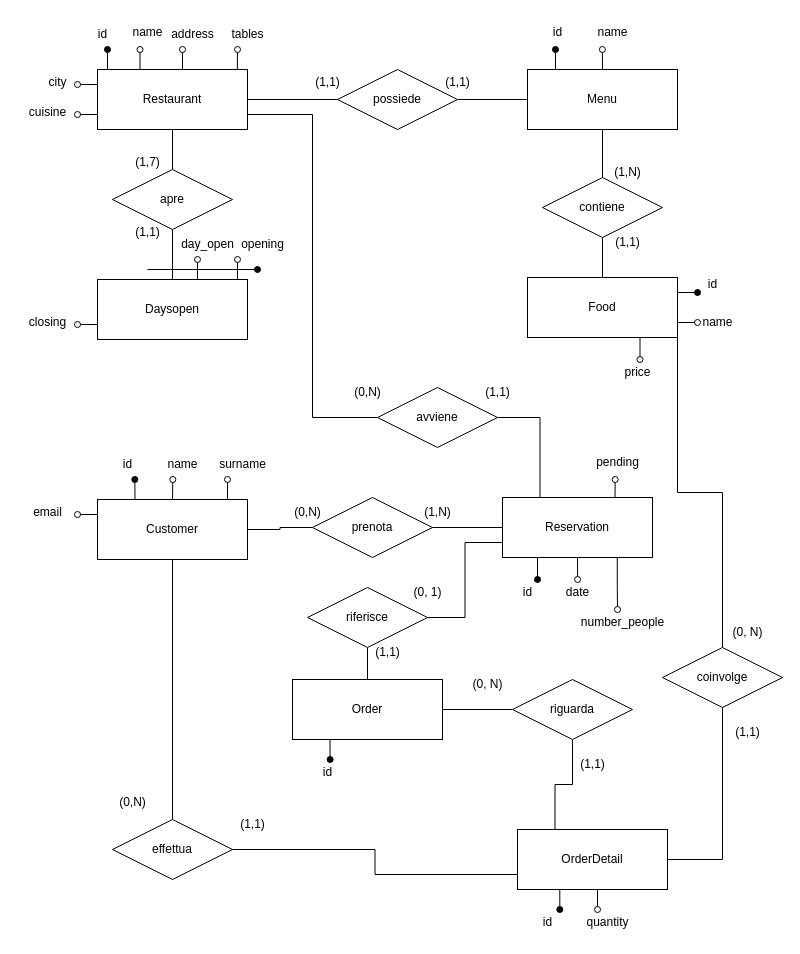
Earlier version of the draw.io diagram postgres/ER.drawio (RAMtastic6/Proof-of-Concept). Source tidied: cells renumbered, new cells numbered last; positions are measured from the earlier drawing's top-left corner, leaving out a move shared by most shapes. Both pictures are drawn from the tidied source at 100%, with x=0, y=0 at pixel (17, 17).
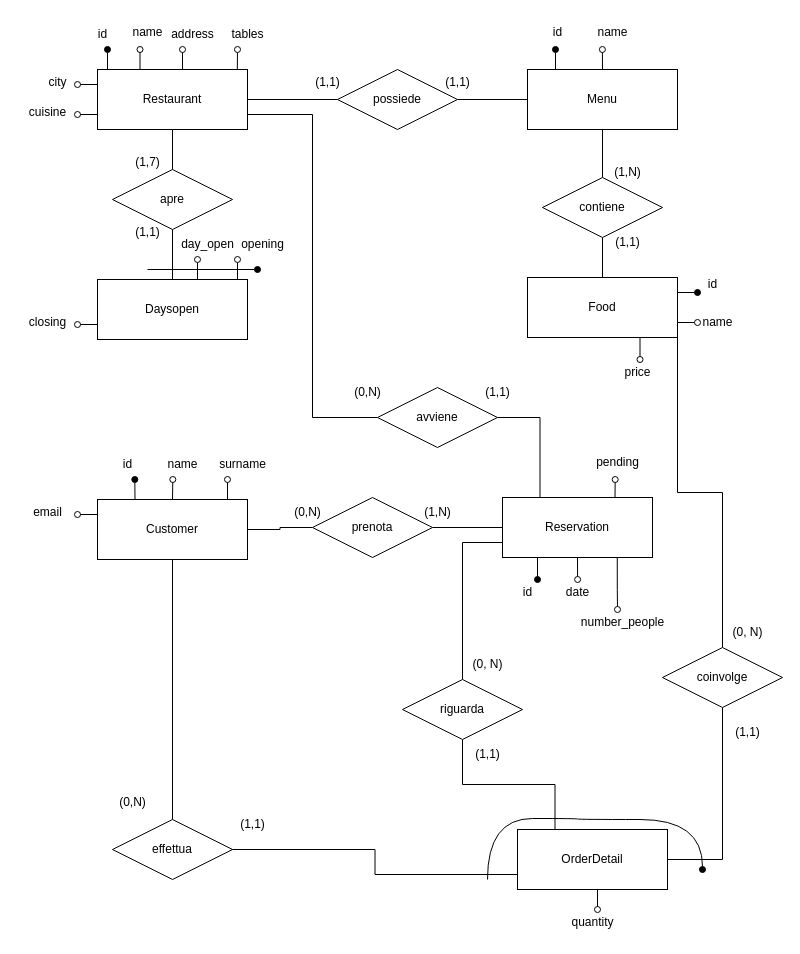
The same page after the edit.

Unchanged cells that the change refers to:
```xml
<mxCell id="63" value="Reservation" style="rounded=0;whiteSpace=wrap;html=1;" parent="1" vertex="1">
  <mxGeometry x="485" y="480" width="150" height="60" as="geometry" />
</mxCell>
<mxCell id="98" value="OrderDetail" style="rounded=0;whiteSpace=wrap;html=1;" parent="1" vertex="1">
  <mxGeometry x="500" y="812" width="150" height="60" as="geometry" />
</mxCell>
```

What changed in the source:
```diff
@@
-    <mxCell id="76" style="edgeStyle=orthogonalEdgeStyle;rounded=0;jettySize=auto;html=1;exitX=0.25;exitY=1;exitDx=0;exitDy=0;endArrow=oval;endFill=1;" parent="1" edge="1" source="77">
-      <mxGeometry relative="1" as="geometry">
-        <mxPoint x="312.6" y="742" as="targetPoint" />
-      </mxGeometry>
-    </mxCell>
-    <mxCell id="77" value="Order" style="rounded=0;whiteSpace=wrap;html=1;" parent="1" vertex="1">
-      <mxGeometry x="275" y="662" width="150" height="60" as="geometry" />
-    </mxCell>
-    <mxCell id="78" value="id" style="text;html=1;align=center;verticalAlign=middle;strokeColor=none;fillColor=none;" parent="1" vertex="1">
-      <mxGeometry x="295" y="740" width="30" height="30" as="geometry" />
-    </mxCell>
@@
-    <mxCell id="83" style="edgeStyle=orthogonalEdgeStyle;rounded=0;jettySize=auto;html=1;entryX=1;entryY=0.5;entryDx=0;entryDy=0;endArrow=none;endFill=0;" parent="1" edge="1" source="85" target="77">
-      <mxGeometry relative="1" as="geometry" />
-    </mxCell>
@@
+    <mxCell id="106" style="edgeStyle=orthogonalEdgeStyle;rounded=0;jettySize=auto;html=1;entryX=0;entryY=0.75;entryDx=0;entryDy=0;endArrow=none;endFill=0;" parent="1" edge="1" source="85" target="63">
+      <mxGeometry relative="1" as="geometry" />
+    </mxCell>
     <mxCell id="85" value="riguarda" style="shape=rhombus;perimeter=rhombusPerimeter;whiteSpace=wrap;html=1;align=center;" parent="1" vertex="1">
-      <mxGeometry x="495" y="662" width="120" height="60" as="geometry" />
+      <mxGeometry x="385" y="662" width="120" height="60" as="geometry" />
     </mxCell>
     <mxCell id="86" value="(0, N)" style="text;html=1;align=center;verticalAlign=middle;strokeColor=none;fillColor=none;" parent="1" vertex="1">
-      <mxGeometry x="445" y="652" width="50" height="30" as="geometry" />
+      <mxGeometry x="445" y="632" width="50" height="30" as="geometry" />
     </mxCell>
     <mxCell id="87" value="(1,1)" style="text;html=1;align=center;verticalAlign=middle;strokeColor=none;fillColor=none;" parent="1" vertex="1">
-      <mxGeometry x="550" y="732" width="50" height="30" as="geometry" />
+      <mxGeometry x="445" y="722" width="50" height="30" as="geometry" />
     </mxCell>
-    <mxCell id="88" style="edgeStyle=orthogonalEdgeStyle;rounded=0;jettySize=auto;html=1;entryX=0.5;entryY=0;entryDx=0;entryDy=0;endArrow=none;endFill=0;" parent="1" edge="1" source="90" target="77">
-      <mxGeometry relative="1" as="geometry" />
-    </mxCell>
-    <mxCell id="89" style="edgeStyle=orthogonalEdgeStyle;rounded=0;jettySize=auto;html=1;entryX=0;entryY=0.75;entryDx=0;entryDy=0;endArrow=none;endFill=0;" parent="1" edge="1" source="90" target="63">
-      <mxGeometry relative="1" as="geometry" />
-    </mxCell>
-    <mxCell id="90" value="riferisce" style="shape=rhombus;perimeter=rhombusPerimeter;whiteSpace=wrap;html=1;align=center;" parent="1" vertex="1">
-      <mxGeometry x="290" y="570" width="120" height="60" as="geometry" />
-    </mxCell>
-    <mxCell id="91" value="(1,1)" style="text;html=1;align=center;verticalAlign=middle;strokeColor=none;fillColor=none;" parent="1" vertex="1">
-      <mxGeometry x="345" y="620" width="50" height="30" as="geometry" />
-    </mxCell>
-    <mxCell id="92" value="(0, 1)" style="text;html=1;align=center;verticalAlign=middle;strokeColor=none;fillColor=none;" parent="1" vertex="1">
-      <mxGeometry x="385" y="560" width="50" height="30" as="geometry" />
-    </mxCell>
@@
-    <mxCell id="96" style="edgeStyle=orthogonalEdgeStyle;rounded=0;jettySize=auto;html=1;exitX=0.25;exitY=1;exitDx=0;exitDy=0;endArrow=oval;endFill=1;" parent="1" edge="1" source="98">
-      <mxGeometry relative="1" as="geometry">
-        <mxPoint x="542.3" y="892" as="targetPoint" />
-      </mxGeometry>
-    </mxCell>
@@
-    <mxCell id="99" value="id" style="text;html=1;align=center;verticalAlign=middle;strokeColor=none;fillColor=none;" parent="1" vertex="1">
-      <mxGeometry x="515" y="890" width="30" height="30" as="geometry" />
-    </mxCell>
     <mxCell id="100" value="quantity" style="text;html=1;align=center;verticalAlign=middle;strokeColor=none;fillColor=none;" parent="1" vertex="1">
-      <mxGeometry x="555" y="890" width="70" height="30" as="geometry" />
+      <mxGeometry x="540" y="890" width="70" height="30" as="geometry" />
     </mxCell>
@@
+    <mxCell id="107" style="endArrow=oval;html=1;rounded=0;endFill=1;edgeStyle=orthogonalEdgeStyle;curved=1;" parent="1" edge="1">
+      <mxGeometry relative="1" as="geometry">
+        <mxPoint x="470" y="862" as="sourcePoint" />
+        <mxPoint x="685" y="852" as="targetPoint" />
+        <Array as="points">
+          <mxPoint x="470" y="801" />
+          <mxPoint x="560" y="801" />
+          <mxPoint x="685" y="802" />
+        </Array>
+      </mxGeometry>
+    </mxCell>
```
